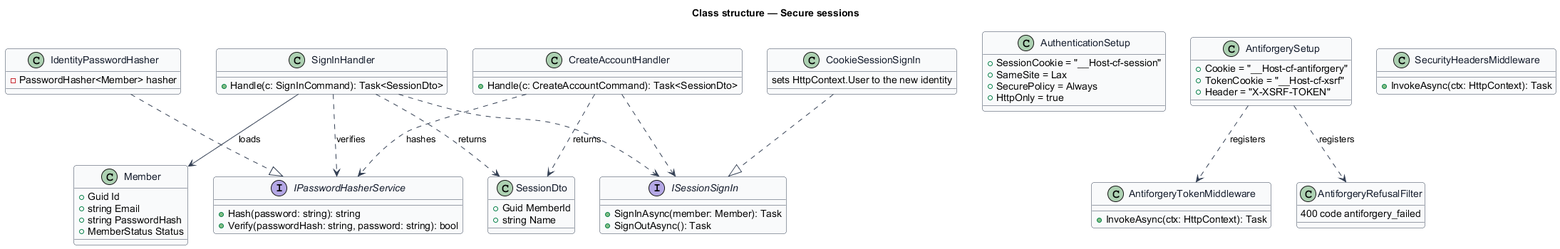
The PlantUML diagram docs/detailed-designs/security/secure-sessions/diagrams/class.png in QuinntyneBrown/christian-fitness, before a commit.
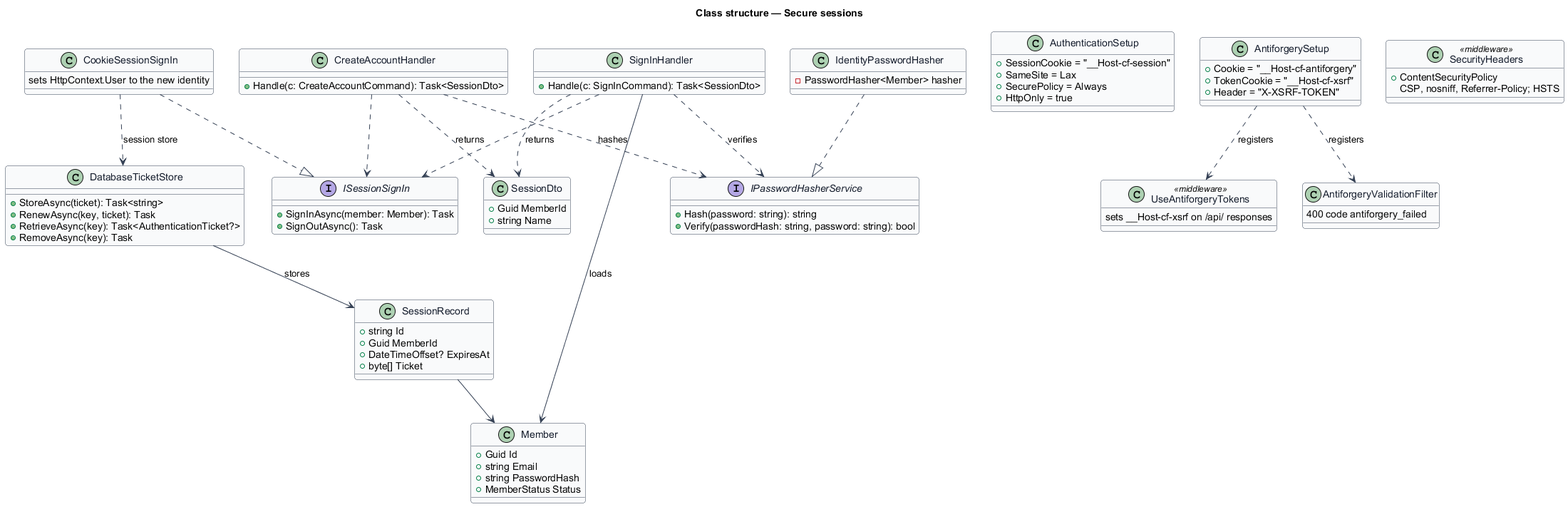
The same file after the commit.

Change to the diagram source:
```diff
@@ -31,6 +31,18 @@
 class CookieSessionSignIn {
   sets HttpContext.User to the new identity
 }
+class DatabaseTicketStore {
+  +StoreAsync(ticket): Task<string>
+  +RenewAsync(key, ticket): Task
+  +RetrieveAsync(key): Task<AuthenticationTicket?>
+  +RemoveAsync(key): Task
+}
+class SessionRecord {
+  +string Id
+  +Guid MemberId
+  +DateTimeOffset? ExpiresAt
+  +byte[] Ticket
+}
 class SignInHandler {
   +Handle(c: SignInCommand): Task<SessionDto>
 }
@@ -52,14 +64,15 @@
   +TokenCookie = "__Host-cf-xsrf"
   +Header = "X-XSRF-TOKEN"
 }
-class AntiforgeryTokenMiddleware {
-  +InvokeAsync(ctx: HttpContext): Task
+class UseAntiforgeryTokens <<middleware>> {
+  sets __Host-cf-xsrf on /api/ responses
 }
-class AntiforgeryRefusalFilter {
+class AntiforgeryValidationFilter {
   400 code antiforgery_failed
 }
-class SecurityHeadersMiddleware {
-  +InvokeAsync(ctx: HttpContext): Task
+class SecurityHeaders <<middleware>> {
+  +ContentSecurityPolicy
+  CSP, nosniff, Referrer-Policy; HSTS
 }
 IdentityPasswordHasher ..|> IPasswordHasherService
 CookieSessionSignIn ..|> ISessionSignIn
@@ -70,6 +83,9 @@
 SignInHandler ..> SessionDto : returns
 CreateAccountHandler ..> SessionDto : returns
 SignInHandler --> Member : loads
-AntiforgerySetup ..> AntiforgeryTokenMiddleware : registers
-AntiforgerySetup ..> AntiforgeryRefusalFilter : registers
+AntiforgerySetup ..> UseAntiforgeryTokens : registers
+AntiforgerySetup ..> AntiforgeryValidationFilter : registers
+CookieSessionSignIn ..> DatabaseTicketStore : session store
+DatabaseTicketStore --> SessionRecord : stores
+SessionRecord --> Member
 @enduml
```
